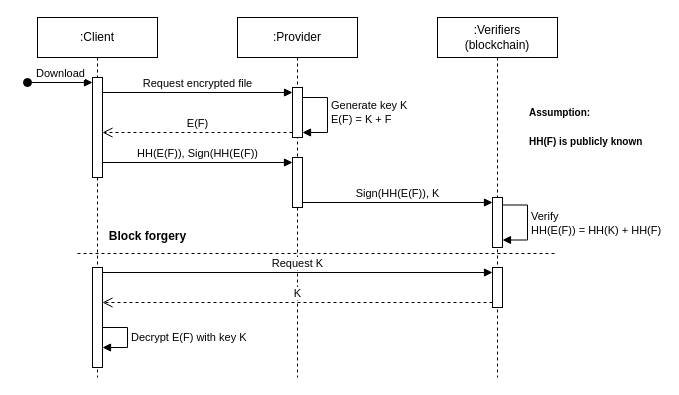
The draw.io diagram docs/diagrams/hh-pdpr-seq.drawio in titosilva/drmchain-pos, before the edit. Source tidied: cells renumbered, new cells numbered last; positions are measured from the earlier drawing's top-left corner, leaving out a move shared by most shapes. Both pictures are drawn from the tidied source at 100%, with x=0, y=0 at pixel (27, 17).
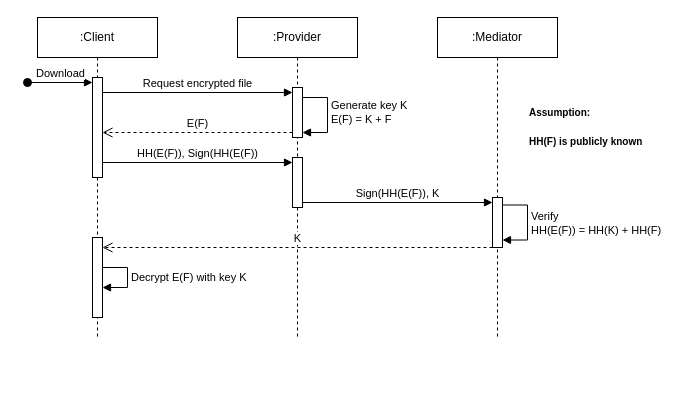
Above is the later version.

What changed in the source:
```diff
@@
     <mxCell id="2" value=":Provider" style="shape=umlLifeline;perimeter=lifelinePerimeter;whiteSpace=wrap;html=1;newEdgeStyle={&quot;edgeStyle&quot;:&quot;elbowEdgeStyle&quot;,&quot;elbow&quot;:&quot;vertical&quot;,&quot;curved&quot;:0,&quot;rounded&quot;:0};" parent="1" vertex="1">
-      <mxGeometry x="210" width="120" height="360" as="geometry" />
+      <mxGeometry x="210" width="120" height="320" as="geometry" />
     </mxCell>
@@
     <mxCell id="6" value=":Client" style="shape=umlLifeline;perimeter=lifelinePerimeter;whiteSpace=wrap;html=1;newEdgeStyle={&quot;edgeStyle&quot;:&quot;elbowEdgeStyle&quot;,&quot;elbow&quot;:&quot;vertical&quot;,&quot;curved&quot;:0,&quot;rounded&quot;:0};" parent="1" vertex="1">
-      <mxGeometry x="10" width="120" height="360" as="geometry" />
+      <mxGeometry x="10" width="120" height="320" as="geometry" />
     </mxCell>
@@
+    <mxCell id="20" style="html=1;points=[[0,0,0,0,5],[0,1,0,0,-5],[1,0,0,0,5],[1,1,0,0,-5]];perimeter=orthogonalPerimeter;outlineConnect=0;targetShapes=umlLifeline;portConstraint=eastwest;newEdgeStyle={&quot;curved&quot;:0,&quot;rounded&quot;:0};" parent="6" vertex="1">
+      <mxGeometry x="55" y="220" width="10" height="80" as="geometry" />
+    </mxCell>
-    <mxCell id="8" value=":Verifiers&lt;br&gt;(blockchain)" style="shape=umlLifeline;perimeter=lifelinePerimeter;whiteSpace=wrap;html=1;newEdgeStyle={&quot;edgeStyle&quot;:&quot;elbowEdgeStyle&quot;,&quot;elbow&quot;:&quot;vertical&quot;,&quot;curved&quot;:0,&quot;rounded&quot;:0};" parent="1" vertex="1">
-      <mxGeometry x="410" width="120" height="360" as="geometry" />
+    <mxCell id="8" value=":Mediator" style="shape=umlLifeline;perimeter=lifelinePerimeter;whiteSpace=wrap;html=1;newEdgeStyle={&quot;edgeStyle&quot;:&quot;elbowEdgeStyle&quot;,&quot;elbow&quot;:&quot;vertical&quot;,&quot;curved&quot;:0,&quot;rounded&quot;:0};" parent="1" vertex="1">
+      <mxGeometry x="410" width="120" height="320" as="geometry" />
     </mxCell>
@@
-    <mxCell id="11" style="html=1;points=[[0,0,0,0,5],[0,1,0,0,-5],[1,0,0,0,5],[1,1,0,0,-5]];perimeter=orthogonalPerimeter;outlineConnect=0;targetShapes=umlLifeline;portConstraint=eastwest;newEdgeStyle={&quot;curved&quot;:0,&quot;rounded&quot;:0};" parent="8" vertex="1">
-      <mxGeometry x="55" y="250" width="10" height="40" as="geometry" />
-    </mxCell>
@@
-    <mxCell id="17" style="line;strokeWidth=1;fillColor=none;align=left;verticalAlign=middle;spacingTop=-1;spacingLeft=3;spacingRight=3;labelPosition=right;strokeColor=inherit;dashed=1;" parent="1" vertex="1">
-      <mxGeometry x="50" y="232" width="480" height="8" as="geometry" />
-    </mxCell>
-    <mxCell id="18" value="Block forgery" style="text;align=center;fontStyle=1;verticalAlign=middle;spacingLeft=3;spacingRight=3;strokeColor=none;html=1;" parent="1" vertex="1">
-      <mxGeometry x="80" y="206" width="80" height="26" as="geometry" />
-    </mxCell>
-    <mxCell id="19" value="Request K" style="html=1;verticalAlign=bottom;endArrow=block;curved=0;rounded=0;entryX=0;entryY=0;entryDx=0;entryDy=5;exitX=1;exitY=0;exitDx=0;exitDy=5;exitPerimeter=0;" parent="1" edge="1" source="20" target="11">
-      <mxGeometry relative="1" as="geometry" />
-    </mxCell>
-    <mxCell id="20" style="html=1;points=[[0,0,0,0,5],[0,1,0,0,-5],[1,0,0,0,5],[1,1,0,0,-5]];perimeter=orthogonalPerimeter;outlineConnect=0;targetShapes=umlLifeline;portConstraint=eastwest;newEdgeStyle={&quot;curved&quot;:0,&quot;rounded&quot;:0};" parent="1" vertex="1">
-      <mxGeometry x="65" y="250" width="10" height="100" as="geometry" />
-    </mxCell>
-    <mxCell id="21" value="K" style="html=1;verticalAlign=bottom;endArrow=open;dashed=1;endSize=8;curved=0;rounded=0;exitX=0;exitY=1;exitDx=0;exitDy=-5;" parent="1" edge="1" source="11" target="20">
-      <mxGeometry relative="1" as="geometry" />
+    <mxCell id="21" value="K" style="html=1;verticalAlign=bottom;endArrow=open;dashed=1;endSize=8;curved=0;rounded=0;exitX=0;exitY=1;exitDx=0;exitDy=-5;" parent="1" edge="1">
+      <mxGeometry relative="1" as="geometry">
+        <mxPoint x="465" y="230" as="sourcePoint" />
+        <mxPoint x="75" y="230" as="targetPoint" />
+      </mxGeometry>
     </mxCell>
     <mxCell id="22" value="Decrypt E(F) with key K" style="html=1;align=left;spacingLeft=2;endArrow=block;rounded=0;edgeStyle=orthogonalEdgeStyle;curved=0;rounded=0;" parent="1" edge="1">
       <mxGeometry relative="1" as="geometry">
-        <mxPoint x="75" y="310" as="sourcePoint" />
-        <mxPoint x="75" y="330" as="targetPoint" />
+        <mxPoint x="75" y="250" as="sourcePoint" />
+        <mxPoint x="75" y="270" as="targetPoint" />
         <Array as="points">
-          <mxPoint x="100" y="310" />
-          <mxPoint x="100" y="330" />
+          <mxPoint x="100" y="250" />
+          <mxPoint x="100" y="270" />
         </Array>
       </mxGeometry>
     </mxCell>
```
